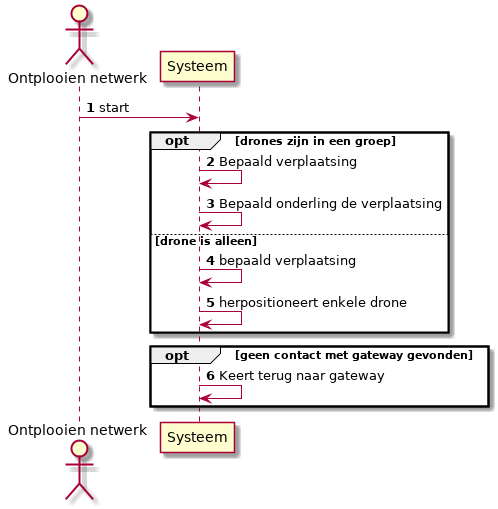
Before: Docs/DesignDocumenten/UML/out/usecase/sequence/noodprotocol/noodprotocol.png, a diagram exported from PlantUML (mauriceberentsen/Automated-Drone-Distribution-Network).
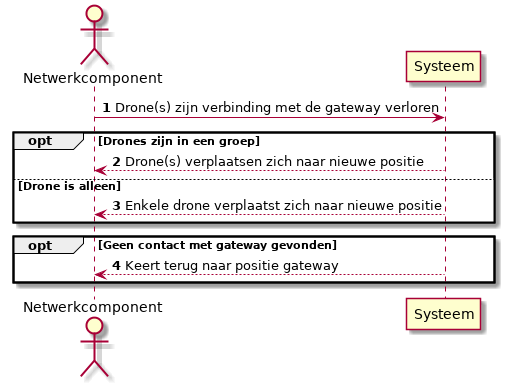
The same diagram one commit later.

Diff of the diagram source:
```diff
@@ -1,19 +1,17 @@
 @startuml
 
 autonumber
-actor "Ontplooien netwerk" as act
+actor "Netwerkcomponent" as act
 participant "Systeem" as sys
 
-act -> sys : start
-opt drones zijn in een groep
-sys -> sys : Bepaald verplaatsing
-sys -> sys : Bepaald onderling de verplaatsing
-else drone is alleen
-sys -> sys : bepaald verplaatsing
-sys -> sys : herpositioneert enkele drone
+act -> sys : Drone(s) zijn verbinding met de gateway verloren
+opt Drones zijn in een groep
+act <-- sys : Drone(s) verplaatsen zich naar nieuwe positie
+else Drone is alleen
+act <-- sys : Enkele drone verplaatst zich naar nieuwe positie
 end
-opt geen contact met gateway gevonden
-sys -> sys : Keert terug naar gateway
+opt Geen contact met gateway gevonden
+act <-- sys : Keert terug naar positie gateway
 end
 
 @enduml
```
